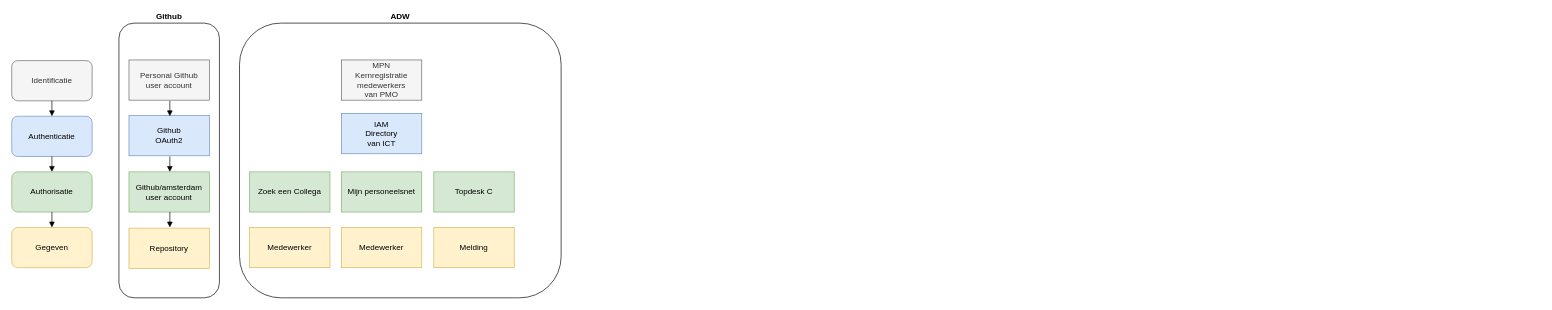
This is Toegangsvarianten Gemeente Amsterdam.drawio from Lytrix/lytrix.github.io, a draw.io file, before an edit. Source tidied: cells renumbered, new cells numbered last; positions are measured from the earlier drawing's top-left corner, leaving out a move shared by most shapes. Both pictures are drawn from the tidied source at 67%, with x=0, y=0 at pixel (11, 23).
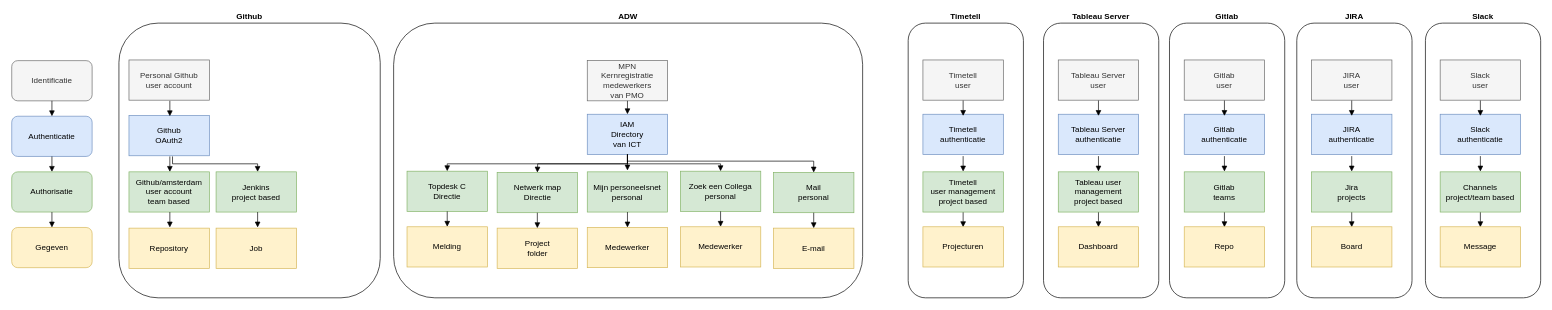
The same diagram, later.

What changed in the source:
```diff
@@
     <mxCell id="2" value="ADW" style="rounded=1;whiteSpace=wrap;html=1;labelPosition=center;verticalLabelPosition=top;align=center;verticalAlign=bottom;fontStyle=1;" parent="1" vertex="1">
-      <mxGeometry x="340" width="480" height="410" as="geometry" />
+      <mxGeometry x="570" width="700" height="410" as="geometry" />
     </mxCell>
     <mxCell id="3" value="Github" style="rounded=1;whiteSpace=wrap;html=1;labelPosition=center;verticalLabelPosition=top;align=center;verticalAlign=bottom;fontStyle=1;" parent="1" vertex="1">
-      <mxGeometry x="160" width="150" height="410" as="geometry" />
+      <mxGeometry x="160" width="390" height="410" as="geometry" />
     </mxCell>
@@
     <mxCell id="8" value="MPN&lt;br&gt;Kernregistratie medewerkers &lt;br&gt;van PMO" style="rounded=0;whiteSpace=wrap;html=1;fillColor=#f5f5f5;strokeColor=#666666;fontColor=#333333;" parent="1" vertex="1">
-      <mxGeometry x="492" y="55" width="120" height="60" as="geometry" />
+      <mxGeometry x="859" y="56" width="120" height="60" as="geometry" />
     </mxCell>
     <mxCell id="9" value="IAM&lt;br&gt;Directory&lt;br&gt;van ICT&lt;br&gt;" style="rounded=0;whiteSpace=wrap;html=1;fillColor=#dae8fc;strokeColor=#6c8ebf;" parent="1" vertex="1">
-      <mxGeometry x="492" y="135" width="120" height="60" as="geometry" />
+      <mxGeometry x="859" y="136" width="120" height="60" as="geometry" />
     </mxCell>
-    <mxCell id="10" value="Zoek een Collega&lt;br&gt;" style="rounded=0;whiteSpace=wrap;html=1;fillColor=#d5e8d4;strokeColor=#82b366;" parent="1" vertex="1">
-      <mxGeometry x="355" y="222" width="120" height="60" as="geometry" />
+    <mxCell id="10" value="Zoek een Collega&lt;br&gt;personal&lt;br&gt;" style="rounded=0;whiteSpace=wrap;html=1;fillColor=#d5e8d4;strokeColor=#82b366;" parent="1" vertex="1">
+      <mxGeometry x="998" y="221" width="120" height="60" as="geometry" />
     </mxCell>
@@
-    <mxCell id="13" value="Github/amsterdam user account&lt;br&gt;" style="rounded=0;whiteSpace=wrap;html=1;fillColor=#d5e8d4;strokeColor=#82b366;" parent="1" vertex="1">
+    <mxCell id="13" value="Github/amsterdam user account&lt;br&gt;team based&lt;br&gt;" style="rounded=0;whiteSpace=wrap;html=1;fillColor=#d5e8d4;strokeColor=#82b366;" parent="1" vertex="1">
       <mxGeometry x="175" y="222" width="120" height="60" as="geometry" />
     </mxCell>
@@
     <mxCell id="21" value="Medewerker&lt;br&gt;" style="rounded=0;whiteSpace=wrap;html=1;fillColor=#fff2cc;strokeColor=#d6b656;" parent="1" vertex="1">
-      <mxGeometry x="355" y="305" width="120" height="60" as="geometry" />
+      <mxGeometry x="998" y="304" width="120" height="60" as="geometry" />
     </mxCell>
-    <mxCell id="22" value="Mijn personeelsnet" style="rounded=0;whiteSpace=wrap;html=1;fillColor=#d5e8d4;strokeColor=#82b366;" parent="1" vertex="1">
-      <mxGeometry x="492" y="222" width="120" height="60" as="geometry" />
+    <mxCell id="22" value="Mijn personeelsnet&lt;br&gt;personal&lt;br&gt;" style="rounded=0;whiteSpace=wrap;html=1;fillColor=#d5e8d4;strokeColor=#82b366;" parent="1" vertex="1">
+      <mxGeometry x="859" y="222" width="120" height="60" as="geometry" />
     </mxCell>
     <mxCell id="23" value="Medewerker&lt;br&gt;" style="rounded=0;whiteSpace=wrap;html=1;fillColor=#fff2cc;strokeColor=#d6b656;" parent="1" vertex="1">
-      <mxGeometry x="492" y="305" width="120" height="60" as="geometry" />
+      <mxGeometry x="859" y="305" width="120" height="60" as="geometry" />
     </mxCell>
-    <mxCell id="24" value="Topdesk C" style="rounded=0;whiteSpace=wrap;html=1;fillColor=#d5e8d4;strokeColor=#82b366;" parent="1" vertex="1">
-      <mxGeometry x="630" y="222" width="120" height="60" as="geometry" />
+    <mxCell id="24" value="Topdesk C&lt;br&gt;Directie&lt;br&gt;" style="rounded=0;whiteSpace=wrap;html=1;fillColor=#d5e8d4;strokeColor=#82b366;" parent="1" vertex="1">
+      <mxGeometry x="590" y="221" width="120" height="60" as="geometry" />
     </mxCell>
     <mxCell id="25" value="Melding&lt;br&gt;" style="rounded=0;whiteSpace=wrap;html=1;fillColor=#fff2cc;strokeColor=#d6b656;" parent="1" vertex="1">
-      <mxGeometry x="630" y="305" width="120" height="60" as="geometry" />
+      <mxGeometry x="590" y="304" width="120" height="60" as="geometry" />
     </mxCell>
+    <mxCell id="26" style="group;" parent="1" vertex="1">
+      <mxGeometry x="1590" y="115" width="138" height="295" as="geometry" />
+    </mxCell>
+    <mxCell id="27" value="Timetell" style="rounded=1;whiteSpace=wrap;html=1;labelPosition=center;verticalLabelPosition=top;align=center;verticalAlign=bottom;fontStyle=1;" parent="26" vertex="1">
+      <mxGeometry x="-252" y="-115" width="172" height="410" as="geometry" />
+    </mxCell>
+    <mxCell id="28" value="Tableau Server" style="rounded=1;whiteSpace=wrap;html=1;labelPosition=center;verticalLabelPosition=top;align=center;verticalAlign=bottom;fontStyle=1;" parent="26" vertex="1">
+      <mxGeometry x="-50" y="-115" width="172" height="410" as="geometry" />
+    </mxCell>
+    <mxCell id="29" value="Tableau Server&lt;br&gt;user&lt;br&gt;" style="rounded=0;whiteSpace=wrap;html=1;fillColor=#f5f5f5;strokeColor=#666666;fontColor=#333333;" parent="26" vertex="1">
+      <mxGeometry x="-28" y="-60" width="120" height="60" as="geometry" />
+    </mxCell>
+    <mxCell id="30" value="Tableau Server&lt;br&gt;authenticatie&lt;br&gt;" style="rounded=0;whiteSpace=wrap;html=1;fillColor=#dae8fc;strokeColor=#6c8ebf;" parent="26" vertex="1">
+      <mxGeometry x="-28" y="21" width="120" height="60" as="geometry" />
+    </mxCell>
+    <mxCell id="31" style="group;" parent="26" vertex="1">
+      <mxGeometry x="32" y="0.5" height="189" as="geometry" />
+    </mxCell>
+    <mxCell id="32" style="endArrow=block;html=1;exitX=0.5;exitY=1;exitDx=0;exitDy=0;entryX=0.5;entryY=0;entryDx=0;entryDy=0;endFill=1;" parent="31" edge="1">
+      <mxGeometry relative="1" as="geometry">
+        <mxPoint as="sourcePoint" />
+        <mxPoint y="23" as="targetPoint" />
+      </mxGeometry>
+    </mxCell>
+    <mxCell id="33" style="endArrow=block;html=1;exitX=0.5;exitY=1;exitDx=0;exitDy=0;endFill=1;" parent="31" edge="1">
+      <mxGeometry relative="1" as="geometry">
+        <mxPoint y="83" as="sourcePoint" />
+        <mxPoint y="106" as="targetPoint" />
+      </mxGeometry>
+    </mxCell>
+    <mxCell id="34" style="endArrow=block;html=1;exitX=0.5;exitY=1;exitDx=0;exitDy=0;endFill=1;entryX=0.5;entryY=0;entryDx=0;entryDy=0;" parent="31" edge="1">
+      <mxGeometry relative="1" as="geometry">
+        <mxPoint y="166" as="sourcePoint" />
+        <mxPoint y="189" as="targetPoint" />
+      </mxGeometry>
+    </mxCell>
+    <mxCell id="35" value="Tableau user management&lt;br&gt;project based&lt;br&gt;" style="rounded=0;whiteSpace=wrap;html=1;fillColor=#d5e8d4;strokeColor=#82b366;" parent="26" vertex="1">
+      <mxGeometry x="-28" y="107" width="120" height="60" as="geometry" />
+    </mxCell>
+    <mxCell id="36" value="Dashboard" style="rounded=0;whiteSpace=wrap;html=1;fillColor=#fff2cc;strokeColor=#d6b656;" parent="26" vertex="1">
+      <mxGeometry x="-28" y="189" width="120" height="60" as="geometry" />
+    </mxCell>
+    <mxCell id="37" style="endArrow=block;html=1;exitX=0.5;exitY=1;exitDx=0;exitDy=0;endFill=1;entryX=0.5;entryY=0;entryDx=0;entryDy=0;" parent="1" edge="1" source="10" target="21">
+      <mxGeometry relative="1" as="geometry" />
+    </mxCell>
+    <mxCell id="38" style="endArrow=block;html=1;exitX=0.5;exitY=1;exitDx=0;exitDy=0;endFill=1;" parent="1" edge="1" source="24" target="25">
+      <mxGeometry relative="1" as="geometry" />
+    </mxCell>
+    <mxCell id="39" style="endArrow=block;html=1;exitX=0.5;exitY=1;exitDx=0;exitDy=0;endFill=1;entryX=0.5;entryY=0;entryDx=0;entryDy=0;rounded=0;" parent="1" edge="1" source="9" target="24">
+      <mxGeometry relative="1" as="geometry">
+        <Array as="points">
+          <mxPoint x="919" y="210" />
+          <mxPoint x="650" y="210" />
+        </Array>
+      </mxGeometry>
+    </mxCell>
+    <mxCell id="40" style="endArrow=block;html=1;exitX=0.5;exitY=1;exitDx=0;exitDy=0;endFill=1;entryX=0.5;entryY=0;entryDx=0;entryDy=0;rounded=0;" parent="1" edge="1" source="9" target="10">
+      <mxGeometry relative="1" as="geometry">
+        <Array as="points">
+          <mxPoint x="919" y="210" />
+          <mxPoint x="1058" y="210" />
+        </Array>
+      </mxGeometry>
+    </mxCell>
+    <mxCell id="41" value="Jenkins&lt;br&gt;project based&lt;br&gt;" style="rounded=0;whiteSpace=wrap;html=1;fillColor=#d5e8d4;strokeColor=#82b366;" parent="1" vertex="1">
+      <mxGeometry x="305" y="222" width="120" height="60" as="geometry" />
+    </mxCell>
+    <mxCell id="42" value="Job" style="rounded=0;whiteSpace=wrap;html=1;fillColor=#fff2cc;strokeColor=#d6b656;" parent="1" vertex="1">
+      <mxGeometry x="305" y="306" width="120" height="60" as="geometry" />
+    </mxCell>
+    <mxCell id="43" style="endArrow=block;html=1;endFill=1;rounded=0;" parent="1" edge="1">
+      <mxGeometry relative="1" as="geometry">
+        <mxPoint x="240" y="199" as="sourcePoint" />
+        <mxPoint x="367" y="222" as="targetPoint" />
+        <Array as="points">
+          <mxPoint x="240" y="210" />
+          <mxPoint x="367" y="210" />
+        </Array>
+      </mxGeometry>
+    </mxCell>
+    <mxCell id="44" style="endArrow=block;html=1;exitX=0.5;exitY=1;exitDx=0;exitDy=0;endFill=1;entryX=0.5;entryY=0;entryDx=0;entryDy=0;" parent="1" edge="1">
+      <mxGeometry relative="1" as="geometry">
+        <mxPoint x="367" y="282" as="sourcePoint" />
+        <mxPoint x="367" y="305" as="targetPoint" />
+      </mxGeometry>
+    </mxCell>
+    <mxCell id="45" value="Timetell &lt;br&gt;user&lt;br&gt;" style="rounded=0;whiteSpace=wrap;html=1;fillColor=#f5f5f5;strokeColor=#666666;fontColor=#333333;" parent="1" vertex="1">
+      <mxGeometry x="1360" y="55" width="120" height="60" as="geometry" />
+    </mxCell>
+    <mxCell id="46" value="Timetell&lt;br&gt;authenticatie&lt;br&gt;" style="rounded=0;whiteSpace=wrap;html=1;fillColor=#dae8fc;strokeColor=#6c8ebf;" parent="1" vertex="1">
+      <mxGeometry x="1360" y="136" width="120" height="60" as="geometry" />
+    </mxCell>
+    <mxCell id="47" style="group;" parent="1" vertex="1">
+      <mxGeometry x="1420" y="115.5" height="189" as="geometry" />
+    </mxCell>
+    <mxCell id="48" style="endArrow=block;html=1;exitX=0.5;exitY=1;exitDx=0;exitDy=0;entryX=0.5;entryY=0;entryDx=0;entryDy=0;endFill=1;" parent="47" edge="1">
+      <mxGeometry relative="1" as="geometry">
+        <mxPoint as="sourcePoint" />
+        <mxPoint y="23" as="targetPoint" />
+      </mxGeometry>
+    </mxCell>
+    <mxCell id="49" style="endArrow=block;html=1;exitX=0.5;exitY=1;exitDx=0;exitDy=0;endFill=1;" parent="47" edge="1">
+      <mxGeometry relative="1" as="geometry">
+        <mxPoint y="83" as="sourcePoint" />
+        <mxPoint y="106" as="targetPoint" />
+      </mxGeometry>
+    </mxCell>
+    <mxCell id="50" style="endArrow=block;html=1;exitX=0.5;exitY=1;exitDx=0;exitDy=0;endFill=1;entryX=0.5;entryY=0;entryDx=0;entryDy=0;" parent="47" edge="1">
+      <mxGeometry relative="1" as="geometry">
+        <mxPoint y="166" as="sourcePoint" />
+        <mxPoint y="189" as="targetPoint" />
+      </mxGeometry>
+    </mxCell>
+    <mxCell id="51" value="Timetell&lt;br&gt;user management project based&lt;br&gt;" style="rounded=0;whiteSpace=wrap;html=1;fillColor=#d5e8d4;strokeColor=#82b366;" parent="1" vertex="1">
+      <mxGeometry x="1360" y="222" width="120" height="60" as="geometry" />
+    </mxCell>
+    <mxCell id="52" value="Projecturen" style="rounded=0;whiteSpace=wrap;html=1;fillColor=#fff2cc;strokeColor=#d6b656;" parent="1" vertex="1">
+      <mxGeometry x="1360" y="304" width="120" height="60" as="geometry" />
+    </mxCell>
+    <mxCell id="53" value="Gitlab" style="rounded=1;whiteSpace=wrap;html=1;labelPosition=center;verticalLabelPosition=top;align=center;verticalAlign=bottom;fontStyle=1;" parent="1" vertex="1">
+      <mxGeometry x="1728" width="172" height="410" as="geometry" />
+    </mxCell>
+    <mxCell id="54" value="Gitlab&lt;br&gt;user&lt;br&gt;" style="rounded=0;whiteSpace=wrap;html=1;fillColor=#f5f5f5;strokeColor=#666666;fontColor=#333333;" parent="1" vertex="1">
+      <mxGeometry x="1750" y="55" width="120" height="60" as="geometry" />
+    </mxCell>
+    <mxCell id="55" value="Gitlab&lt;br&gt;authenticatie&lt;br&gt;" style="rounded=0;whiteSpace=wrap;html=1;fillColor=#dae8fc;strokeColor=#6c8ebf;" parent="1" vertex="1">
+      <mxGeometry x="1750" y="136" width="120" height="60" as="geometry" />
+    </mxCell>
+    <mxCell id="56" style="group;" parent="1" vertex="1">
+      <mxGeometry x="1810" y="115.5" height="189" as="geometry" />
+    </mxCell>
+    <mxCell id="57" style="endArrow=block;html=1;exitX=0.5;exitY=1;exitDx=0;exitDy=0;entryX=0.5;entryY=0;entryDx=0;entryDy=0;endFill=1;" parent="56" edge="1">
+      <mxGeometry relative="1" as="geometry">
+        <mxPoint as="sourcePoint" />
+        <mxPoint y="23" as="targetPoint" />
+      </mxGeometry>
+    </mxCell>
+    <mxCell id="58" style="endArrow=block;html=1;exitX=0.5;exitY=1;exitDx=0;exitDy=0;endFill=1;" parent="56" edge="1">
+      <mxGeometry relative="1" as="geometry">
+        <mxPoint y="83" as="sourcePoint" />
+        <mxPoint y="106" as="targetPoint" />
+      </mxGeometry>
+    </mxCell>
+    <mxCell id="59" style="endArrow=block;html=1;exitX=0.5;exitY=1;exitDx=0;exitDy=0;endFill=1;entryX=0.5;entryY=0;entryDx=0;entryDy=0;" parent="56" edge="1">
+      <mxGeometry relative="1" as="geometry">
+        <mxPoint y="166" as="sourcePoint" />
+        <mxPoint y="189" as="targetPoint" />
+      </mxGeometry>
+    </mxCell>
+    <mxCell id="60" value="Gitlab&lt;br&gt;teams&lt;br&gt;" style="rounded=0;whiteSpace=wrap;html=1;fillColor=#d5e8d4;strokeColor=#82b366;" parent="1" vertex="1">
+      <mxGeometry x="1750" y="222" width="120" height="60" as="geometry" />
+    </mxCell>
+    <mxCell id="61" value="Repo" style="rounded=0;whiteSpace=wrap;html=1;fillColor=#fff2cc;strokeColor=#d6b656;" parent="1" vertex="1">
+      <mxGeometry x="1750" y="304" width="120" height="60" as="geometry" />
+    </mxCell>
+    <mxCell id="62" value="JIRA" style="rounded=1;whiteSpace=wrap;html=1;labelPosition=center;verticalLabelPosition=top;align=center;verticalAlign=bottom;fontStyle=1;" parent="1" vertex="1">
+      <mxGeometry x="1918" width="172" height="410" as="geometry" />
+    </mxCell>
+    <mxCell id="63" value="JIRA&lt;br&gt;user&lt;br&gt;" style="rounded=0;whiteSpace=wrap;html=1;fillColor=#f5f5f5;strokeColor=#666666;fontColor=#333333;" parent="1" vertex="1">
+      <mxGeometry x="1940" y="55" width="120" height="60" as="geometry" />
+    </mxCell>
+    <mxCell id="64" value="JIRA&lt;br&gt;authenticatie&lt;br&gt;" style="rounded=0;whiteSpace=wrap;html=1;fillColor=#dae8fc;strokeColor=#6c8ebf;" parent="1" vertex="1">
+      <mxGeometry x="1940" y="136" width="120" height="60" as="geometry" />
+    </mxCell>
+    <mxCell id="65" style="group;" parent="1" vertex="1">
+      <mxGeometry x="2000" y="115.5" height="189" as="geometry" />
+    </mxCell>
+    <mxCell id="66" style="endArrow=block;html=1;exitX=0.5;exitY=1;exitDx=0;exitDy=0;entryX=0.5;entryY=0;entryDx=0;entryDy=0;endFill=1;" parent="65" edge="1">
+      <mxGeometry relative="1" as="geometry">
+        <mxPoint as="sourcePoint" />
+        <mxPoint y="23" as="targetPoint" />
+      </mxGeometry>
+    </mxCell>
+    <mxCell id="67" style="endArrow=block;html=1;exitX=0.5;exitY=1;exitDx=0;exitDy=0;endFill=1;" parent="65" edge="1">
+      <mxGeometry relative="1" as="geometry">
+        <mxPoint y="83" as="sourcePoint" />
+        <mxPoint y="106" as="targetPoint" />
+      </mxGeometry>
+    </mxCell>
+    <mxCell id="68" style="endArrow=block;html=1;exitX=0.5;exitY=1;exitDx=0;exitDy=0;endFill=1;entryX=0.5;entryY=0;entryDx=0;entryDy=0;" parent="65" edge="1">
+      <mxGeometry relative="1" as="geometry">
+        <mxPoint y="166" as="sourcePoint" />
+        <mxPoint y="189" as="targetPoint" />
+      </mxGeometry>
+    </mxCell>
+    <mxCell id="69" value="Jira&lt;br&gt;projects&lt;br&gt;" style="rounded=0;whiteSpace=wrap;html=1;fillColor=#d5e8d4;strokeColor=#82b366;" parent="1" vertex="1">
+      <mxGeometry x="1940" y="222" width="120" height="60" as="geometry" />
+    </mxCell>
+    <mxCell id="70" value="Board" style="rounded=0;whiteSpace=wrap;html=1;fillColor=#fff2cc;strokeColor=#d6b656;" parent="1" vertex="1">
+      <mxGeometry x="1940" y="304" width="120" height="60" as="geometry" />
+    </mxCell>
+    <mxCell id="71" value="Slack" style="rounded=1;whiteSpace=wrap;html=1;labelPosition=center;verticalLabelPosition=top;align=center;verticalAlign=bottom;fontStyle=1;" parent="1" vertex="1">
+      <mxGeometry x="2110" width="172" height="410" as="geometry" />
+    </mxCell>
+    <mxCell id="72" value="Slack&lt;br&gt;user&lt;br&gt;" style="rounded=0;whiteSpace=wrap;html=1;fillColor=#f5f5f5;strokeColor=#666666;fontColor=#333333;" parent="1" vertex="1">
+      <mxGeometry x="2132" y="55" width="120" height="60" as="geometry" />
+    </mxCell>
+    <mxCell id="73" value="Slack&lt;br&gt;authenticatie&lt;br&gt;" style="rounded=0;whiteSpace=wrap;html=1;fillColor=#dae8fc;strokeColor=#6c8ebf;" parent="1" vertex="1">
+      <mxGeometry x="2132" y="136" width="120" height="60" as="geometry" />
+    </mxCell>
+    <mxCell id="74" style="group;" parent="1" vertex="1">
+      <mxGeometry x="2192" y="115.5" height="189" as="geometry" />
+    </mxCell>
+    <mxCell id="75" style="endArrow=block;html=1;exitX=0.5;exitY=1;exitDx=0;exitDy=0;entryX=0.5;entryY=0;entryDx=0;entryDy=0;endFill=1;" parent="74" edge="1">
+      <mxGeometry relative="1" as="geometry">
+        <mxPoint as="sourcePoint" />
+        <mxPoint y="23" as="targetPoint" />
+      </mxGeometry>
+    </mxCell>
+    <mxCell id="76" style="endArrow=block;html=1;exitX=0.5;exitY=1;exitDx=0;exitDy=0;endFill=1;" parent="74" edge="1">
+      <mxGeometry relative="1" as="geometry">
+        <mxPoint y="83" as="sourcePoint" />
+        <mxPoint y="106" as="targetPoint" />
+      </mxGeometry>
+    </mxCell>
+    <mxCell id="77" style="endArrow=block;html=1;exitX=0.5;exitY=1;exitDx=0;exitDy=0;endFill=1;entryX=0.5;entryY=0;entryDx=0;entryDy=0;" parent="74" edge="1">
+      <mxGeometry relative="1" as="geometry">
+        <mxPoint y="166" as="sourcePoint" />
+        <mxPoint y="189" as="targetPoint" />
+      </mxGeometry>
+    </mxCell>
+    <mxCell id="78" value="Channels&lt;br&gt;project/team based&lt;br&gt;" style="rounded=0;whiteSpace=wrap;html=1;fillColor=#d5e8d4;strokeColor=#82b366;" parent="1" vertex="1">
+      <mxGeometry x="2132" y="222" width="120" height="60" as="geometry" />
+    </mxCell>
+    <mxCell id="79" value="Message" style="rounded=0;whiteSpace=wrap;html=1;fillColor=#fff2cc;strokeColor=#d6b656;" parent="1" vertex="1">
+      <mxGeometry x="2132" y="304" width="120" height="60" as="geometry" />
+    </mxCell>
+    <mxCell id="80" value="Mail&lt;br&gt;personal&lt;br&gt;" style="rounded=0;whiteSpace=wrap;html=1;fillColor=#d5e8d4;strokeColor=#82b366;" parent="1" vertex="1">
+      <mxGeometry x="1137" y="223" width="120" height="60" as="geometry" />
+    </mxCell>
+    <mxCell id="81" value="E-mail&lt;br&gt;" style="rounded=0;whiteSpace=wrap;html=1;fillColor=#fff2cc;strokeColor=#d6b656;" parent="1" vertex="1">
+      <mxGeometry x="1137" y="306" width="120" height="60" as="geometry" />
+    </mxCell>
+    <mxCell id="82" style="endArrow=block;html=1;exitX=0.5;exitY=1;exitDx=0;exitDy=0;endFill=1;entryX=0.5;entryY=0;entryDx=0;entryDy=0;rounded=0;" parent="1" edge="1" source="9" target="80">
+      <mxGeometry relative="1" as="geometry">
+        <Array as="points">
+          <mxPoint x="919" y="206" />
+          <mxPoint x="1197" y="206" />
+        </Array>
+      </mxGeometry>
+    </mxCell>
+    <mxCell id="83" style="endArrow=block;html=1;exitX=0.5;exitY=1;exitDx=0;exitDy=0;endFill=1;entryX=0.5;entryY=0;entryDx=0;entryDy=0;" parent="1" edge="1" source="80" target="81">
+      <mxGeometry relative="1" as="geometry" />
+    </mxCell>
+    <mxCell id="84" style="endArrow=block;html=1;exitX=0.5;exitY=1;exitDx=0;exitDy=0;endFill=1;entryX=0.5;entryY=0;entryDx=0;entryDy=0;" parent="1" edge="1" source="22" target="23">
+      <mxGeometry relative="1" as="geometry" />
+    </mxCell>
+    <mxCell id="85" style="endArrow=block;html=1;endFill=1;entryX=0.5;entryY=0;entryDx=0;entryDy=0;exitX=0.5;exitY=1;exitDx=0;exitDy=0;" parent="1" edge="1" source="8" target="9">
+      <mxGeometry relative="1" as="geometry" />
+    </mxCell>
+    <mxCell id="86" style="endArrow=block;html=1;exitX=0.5;exitY=1;exitDx=0;exitDy=0;endFill=1;" parent="1" edge="1" source="9">
+      <mxGeometry relative="1" as="geometry">
+        <mxPoint x="919" y="220" as="targetPoint" />
+      </mxGeometry>
+    </mxCell>
+    <mxCell id="87" value="Netwerk map&lt;br&gt;Directie&lt;br&gt;" style="rounded=0;whiteSpace=wrap;html=1;fillColor=#d5e8d4;strokeColor=#82b366;" parent="1" vertex="1">
+      <mxGeometry x="724.5" y="223" width="120" height="60" as="geometry" />
+    </mxCell>
+    <mxCell id="88" value="Project&lt;br&gt;folder&lt;br&gt;" style="rounded=0;whiteSpace=wrap;html=1;fillColor=#fff2cc;strokeColor=#d6b656;" parent="1" vertex="1">
+      <mxGeometry x="724.5" y="306" width="120" height="60" as="geometry" />
+    </mxCell>
+    <mxCell id="89" style="endArrow=block;html=1;exitX=0.5;exitY=1;exitDx=0;exitDy=0;endFill=1;entryX=0.5;entryY=0;entryDx=0;entryDy=0;" parent="1" edge="1" source="87" target="88">
+      <mxGeometry relative="1" as="geometry" />
+    </mxCell>
+    <mxCell id="90" style="endArrow=block;html=1;exitX=0.5;exitY=1;exitDx=0;exitDy=0;endFill=1;entryX=0.5;entryY=0;entryDx=0;entryDy=0;rounded=0;" parent="1" edge="1" source="9" target="87">
+      <mxGeometry relative="1" as="geometry">
+        <Array as="points">
+          <mxPoint x="919" y="210" />
+          <mxPoint x="785" y="210" />
+        </Array>
+      </mxGeometry>
+    </mxCell>
```
